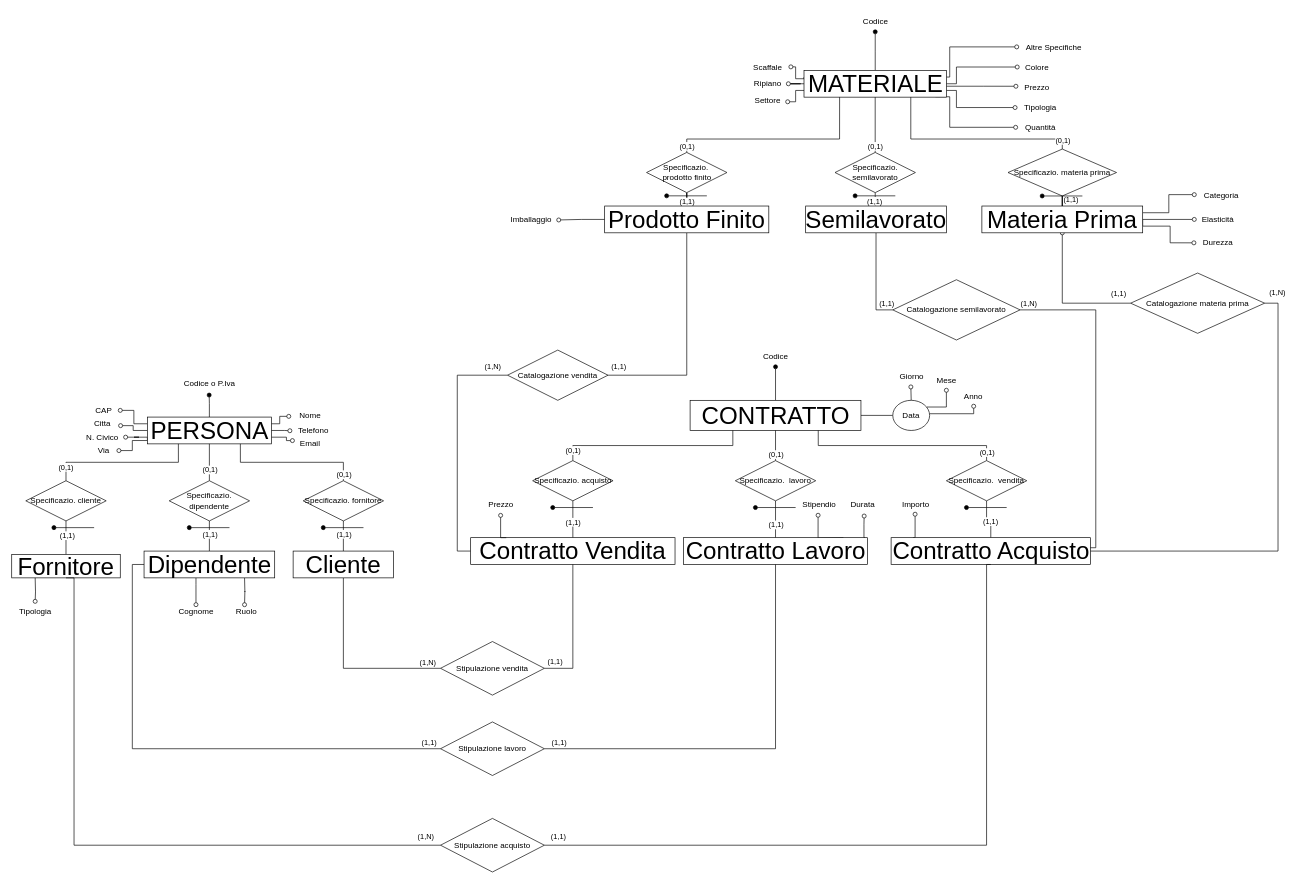
The draw.io diagram 3)Progettazione logica/MODELLO ER con GENERALIZZAZIONE.drawio in mikecostanzi/ProgettoBasiDati, before the edit. Source tidied: cells renumbered, new cells numbered last; positions are measured from the earlier drawing's top-left corner, leaving out a move shared by most shapes. Both pictures are drawn from the tidied source at 67%, with x=0, y=0 at pixel (11, 11).
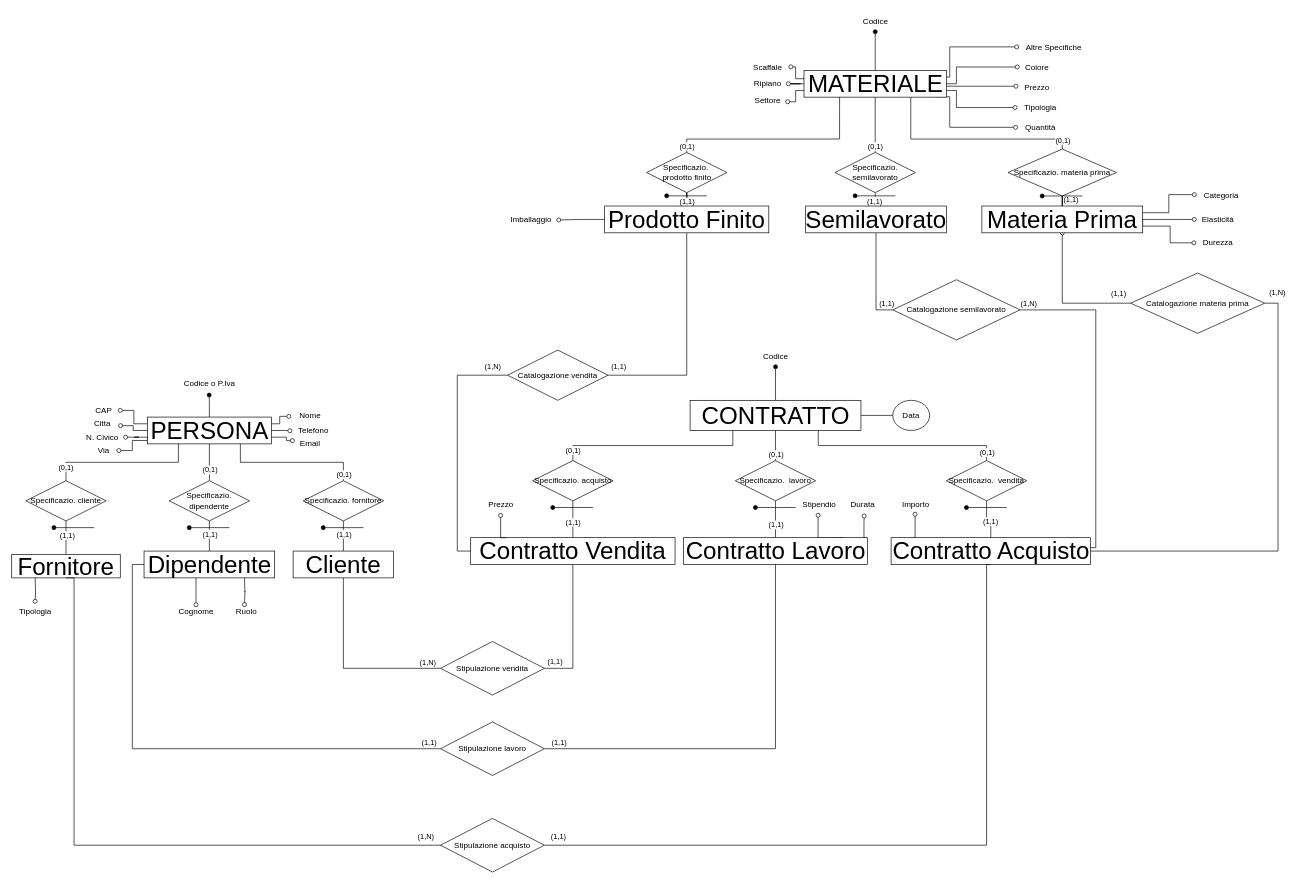
After the change.

Commit message (it also covers changes not shown here):
Tolto giorno, mese, anno dallo schema finale

Unchanged cells that the change refers to:
```xml
<mxCell id="62" value="Data" style="ellipse;whiteSpace=wrap;html=1;align=center;" parent="1" vertex="1">
  <mxGeometry x="1315" y="580" width="55" height="45" as="geometry" />
</mxCell>
```

Diff of the diagram source:
```diff
@@
-    <mxCell id="59" style="edgeStyle=orthogonalEdgeStyle;rounded=0;jettySize=auto;html=1;endArrow=oval;endFill=0;" parent="1" edge="1" source="62">
-      <mxGeometry relative="1" as="geometry">
-        <mxPoint x="1342" y="560" as="targetPoint" />
-        <Array as="points">
-          <mxPoint x="1343" y="560" />
-        </Array>
-      </mxGeometry>
-    </mxCell>
-    <mxCell id="60" style="edgeStyle=orthogonalEdgeStyle;rounded=0;jettySize=auto;html=1;endArrow=oval;endFill=0;" parent="1" edge="1" source="62" target="64">
-      <mxGeometry relative="1" as="geometry">
-        <Array as="points">
-          <mxPoint x="1395" y="590" />
-        </Array>
-      </mxGeometry>
-    </mxCell>
-    <mxCell id="61" style="edgeStyle=orthogonalEdgeStyle;rounded=0;jettySize=auto;html=1;endArrow=oval;endFill=0;entryX=0.515;entryY=0.961;entryDx=0;entryDy=0;entryPerimeter=0;" parent="1" edge="1" source="62" target="65">
-      <mxGeometry relative="1" as="geometry">
-        <Array as="points">
-          <mxPoint x="1436" y="600" />
-        </Array>
-      </mxGeometry>
-    </mxCell>
@@
-    <mxCell id="63" value="Giorno" style="text;html=1;align=center;verticalAlign=middle;strokeColor=none;fillColor=none;" parent="1" vertex="1">
-      <mxGeometry x="1312.5" y="530" width="60" height="30" as="geometry" />
-    </mxCell>
-    <mxCell id="64" value="Mese" style="text;html=1;align=center;verticalAlign=middle;points=[];strokeColor=none;fillColor=none;" parent="1" vertex="1">
-      <mxGeometry x="1370" y="535" width="50" height="30" as="geometry" />
-    </mxCell>
-    <mxCell id="65" value="Anno" style="text;html=1;align=center;verticalAlign=middle;points=[];strokeColor=none;fillColor=none;" parent="1" vertex="1">
-      <mxGeometry x="1410" y="560" width="50" height="30" as="geometry" />
-    </mxCell>
```
